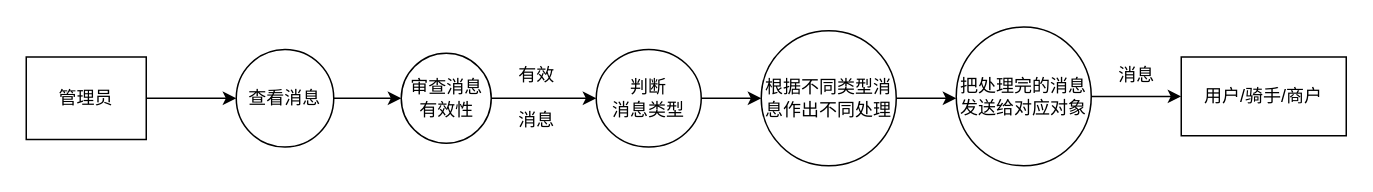
Earlier version of the draw.io diagram page "管理员当前系统逻辑模型" (4 of 13) of Untitled Diagram.drawio (czely/czely.github.io). Source tidied: cells renumbered, new cells numbered last; positions are measured from the earlier drawing's top-left corner, leaving out a move shared by most shapes. Both pictures are drawn from the tidied source at 150%, with x=0, y=0 at pixel (26, 27).
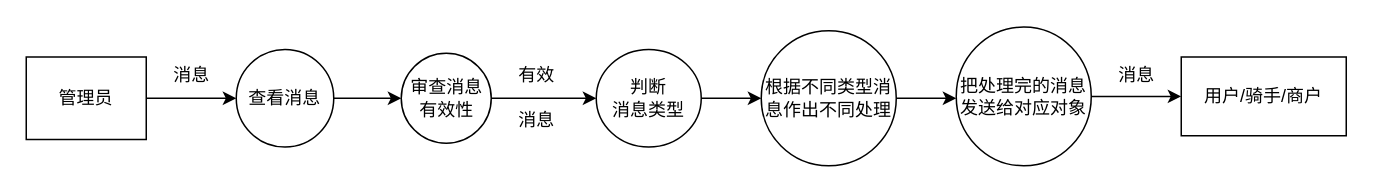
The same diagram, later.

The edit, as a diff of the source:
```diff
@@
 <mxGraphModel>
   <root>
     <mxCell id="0" />
     <mxCell id="1" parent="0" />
     <mxCell id="2" style="edgeStyle=orthogonalEdgeStyle;rounded=0;jettySize=auto;html=1;exitX=1;exitY=0.5;exitDx=0;exitDy=0;entryX=0;entryY=0.5;entryDx=0;entryDy=0;" parent="1" edge="1" source="13" target="6">
       <mxGeometry relative="1" as="geometry" />
     </mxCell>
     <mxCell id="3" value="查看消息" style="ellipse;whiteSpace=wrap;html=1;" parent="1" vertex="1">
       <mxGeometry x="140" y="14.5" width="65" height="65" as="geometry" />
     </mxCell>
     <mxCell id="4" value="管理员" style="rounded=0;whiteSpace=wrap;html=1;" parent="1" vertex="1">
       <mxGeometry y="19.5" width="80" height="55" as="geometry" />
     </mxCell>
     <mxCell id="5" style="edgeStyle=orthogonalEdgeStyle;rounded=0;jettySize=auto;html=1;exitX=1;exitY=0.5;exitDx=0;exitDy=0;entryX=0;entryY=0.5;entryDx=0;entryDy=0;" parent="1" edge="1" source="6" target="8">
       <mxGeometry relative="1" as="geometry" />
     </mxCell>
     <mxCell id="6" value="判断&lt;br&gt;消息类型" style="ellipse;whiteSpace=wrap;html=1;" parent="1" vertex="1">
       <mxGeometry x="380" y="14.5" width="70" height="65" as="geometry" />
     </mxCell>
     <mxCell id="7" style="edgeStyle=orthogonalEdgeStyle;rounded=0;jettySize=auto;html=1;exitX=1;exitY=0.5;exitDx=0;exitDy=0;" parent="1" edge="1" source="8">
       <mxGeometry relative="1" as="geometry">
         <mxPoint x="620" y="47" as="targetPoint" />
       </mxGeometry>
     </mxCell>
     <mxCell id="8" value="根据不同类型消息作出不同处理" style="ellipse;whiteSpace=wrap;html=1;" parent="1" vertex="1">
       <mxGeometry x="490" y="2" width="90" height="90" as="geometry" />
     </mxCell>
     <mxCell id="9" style="edgeStyle=orthogonalEdgeStyle;rounded=0;jettySize=auto;html=1;" parent="1" edge="1" source="10" target="11">
       <mxGeometry relative="1" as="geometry" />
     </mxCell>
     <mxCell id="10" value="把处理完的消息&lt;br&gt;发送给对应对象" style="ellipse;whiteSpace=wrap;html=1;" parent="1" vertex="1">
       <mxGeometry x="620" y="-0.5" width="90" height="92.5" as="geometry" />
     </mxCell>
     <mxCell id="11" value="用户/骑手/商户" style="whiteSpace=wrap;html=1;" parent="1" vertex="1">
       <mxGeometry x="770" y="19.5" width="110" height="52.5" as="geometry" />
     </mxCell>
     <mxCell id="12" style="endArrow=classic;html=1;exitX=1;exitY=0.5;exitDx=0;exitDy=0;entryX=0;entryY=0.5;entryDx=0;entryDy=0;" parent="1" edge="1" source="4" target="3">
       <mxGeometry relative="1" as="geometry" />
     </mxCell>
     <mxCell id="13" value="审查消息&lt;br&gt;有效性" style="shape=ellipse;html=1;dashed=0;whitespace=wrap;perimeter=ellipsePerimeter;" parent="1" vertex="1">
       <mxGeometry x="250" y="17" width="60" height="60" as="geometry" />
     </mxCell>
     <mxCell id="14" style="edgeStyle=orthogonalEdgeStyle;rounded=0;jettySize=auto;html=1;exitX=1;exitY=0.5;exitDx=0;exitDy=0;entryX=0;entryY=0.5;entryDx=0;entryDy=0;" parent="1" edge="1" source="3" target="13">
       <mxGeometry relative="1" as="geometry" />
     </mxCell>
     <mxCell id="15" value="消息" style="text;html=1;align=center;verticalAlign=middle;" parent="1" vertex="1">
       <mxGeometry x="720" y="22" width="40" height="20" as="geometry" />
     </mxCell>
     <mxCell id="16" value="有效" style="text;html=1;align=center;verticalAlign=middle;" parent="1" vertex="1">
       <mxGeometry x="320" y="22" width="40" height="20" as="geometry" />
     </mxCell>
     <mxCell id="17" value="消息" style="text;html=1;align=center;verticalAlign=middle;" parent="1" vertex="1">
       <mxGeometry x="320" y="52" width="40" height="20" as="geometry" />
     </mxCell>
+    <mxCell id="18" value="消息" style="text;html=1;align=center;verticalAlign=middle;" parent="1" vertex="1">
+      <mxGeometry x="90" y="22" width="40" height="20" as="geometry" />
+    </mxCell>
   </root>
 </mxGraphModel>
```
